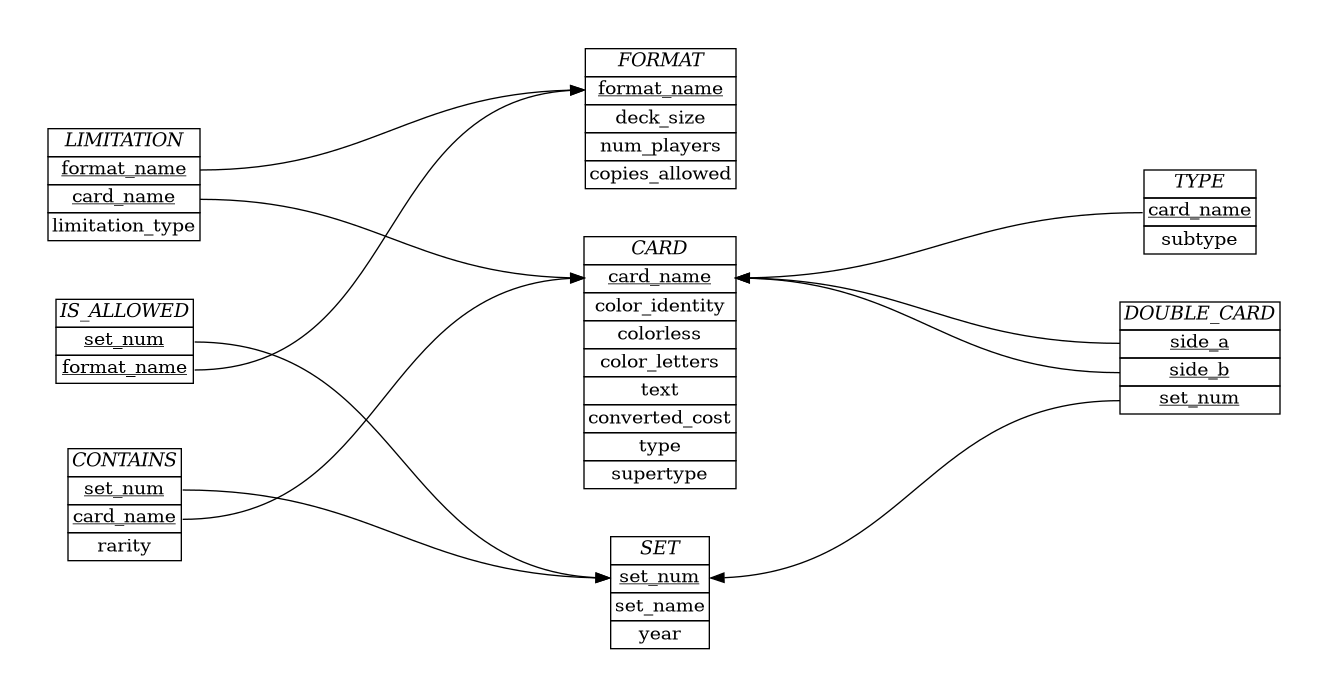
The Graphviz diagram schema/ER_diagram.png in akilmarshall/trumark, before a commit. Its source is kept beside it as schema/ER_diagram.dot.
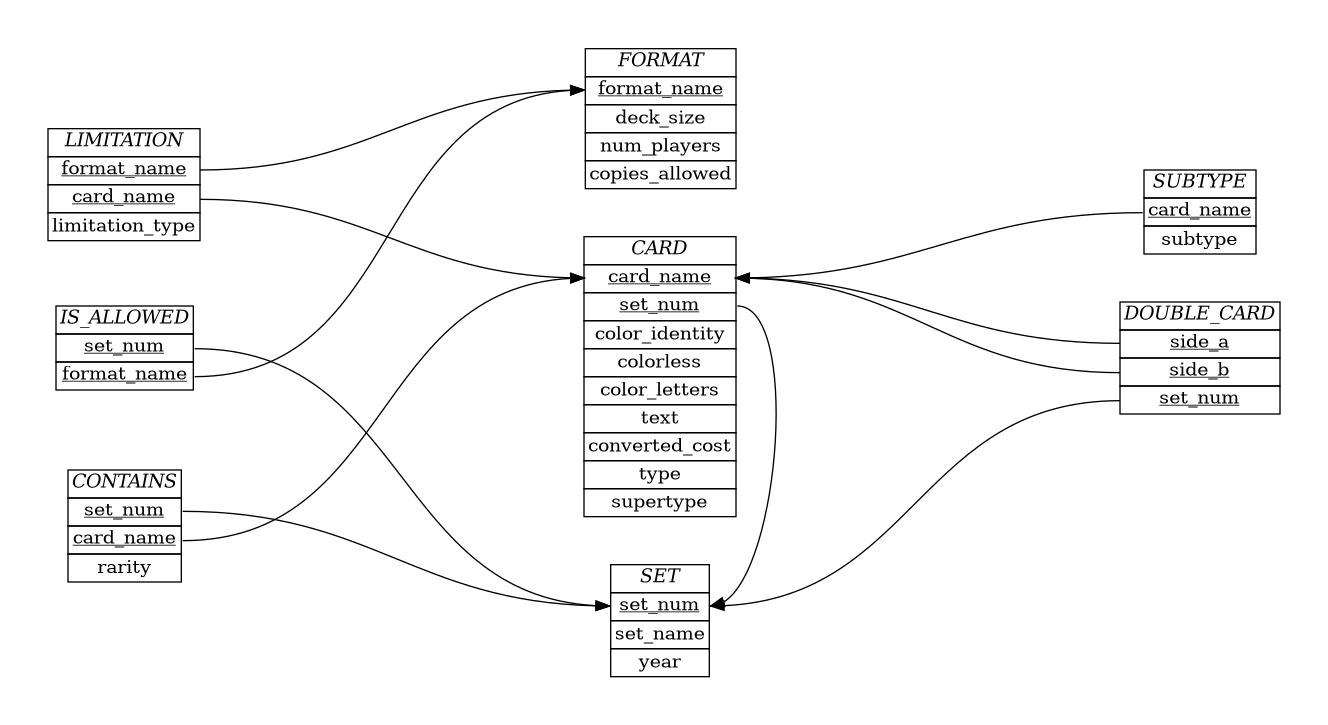
Later version of the same file.

What changed in the source:
```diff
@@ -1,5 +1,5 @@
 digraph {
-    graph [splines=True, pad="0.5", nodesep="0.5", ranksep="4"];
+    graph [splines=true, pad="0.5", nodesep="0.5", ranksep="4"];
     node [shape=plain];
     rankdir=LR;
 
@@ -24,24 +24,25 @@
         <table border="0" cellborder="1" cellspacing="0">
         <tr><td><i>CARD</i></td></tr>
         <tr><td port="1"><u><font color="black">card_name</font></u></td></tr>
-        <tr><td port="6">color_identity</td></tr>
-        <tr><td port="7">colorless</td></tr>
-        <tr><td port="8">color_letters</td></tr>
-        <tr><td port="9">text</td></tr>
-        <tr><td port="10">converted_cost</td></tr>
+        <tr><td port="2">color_identity</td></tr>
+        <tr><td port="3">colorless</td></tr>
+        <tr><td port="4">color_letters</td></tr>
+        <tr><td port="5">text</td></tr>
+        <tr><td port="6">converted_cost</td></tr>
         </table>>];
 
     Card [label=<
         <table border="0" cellborder="1" cellspacing="0">
         <tr><td><i>CARD</i></td></tr>
         <tr><td port="1"><u><font color="black">card_name</font></u></td></tr>
-        <tr><td port="2">color_identity</td></tr>
-        <tr><td port="3">colorless</td></tr>
-        <tr><td port="4">color_letters</td></tr>
-        <tr><td port="5">text</td></tr>
-        <tr><td port="6">converted_cost</td></tr>
-        <tr><td port="7">type</td></tr>
-        <tr><td port="8">supertype</td></tr>
+        <tr><td port="2"><u><font color="black">set_num</font></u></td></tr>
+        <tr><td port="3">color_identity</td></tr>
+        <tr><td port="4">colorless</td></tr>
+        <tr><td port="5">color_letters</td></tr>
+        <tr><td port="6">text</td></tr>
+        <tr><td port="7">converted_cost</td></tr>
+        <tr><td port="8">type</td></tr>
+        <tr><td port="9">supertype</td></tr>
         </table>>];
 
     Contains [label=<
@@ -76,7 +77,7 @@
 
     Subtype [label=<
         <table border="0" cellborder="1" cellspacing="0">
-        <tr><td><i>TYPE</i></td></tr>
+        <tr><td><i>SUBTYPE</i></td></tr>
         <tr><td port="1"><u>card_name</u></td></tr>
         <tr><td port="2">subtype</td></tr>
         </table>>];
@@ -90,6 +91,8 @@
     Limitation:1 -> Format:1;
     Limitation:2 -> Card:1;
 
+    Card:2 -> Set:1 [constraint=false];
+
     edge [dir="back"];
 
     Card:1 -> Subtype:1 ;
```
